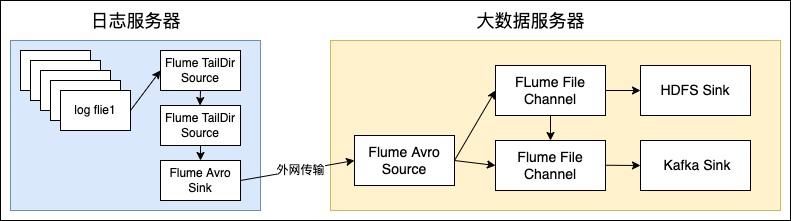
The draw.io diagram ihuman/flume/ETL流程.drawio.png in hanzongqing/big-data, before a commit. Source tidied: cells renumbered, new cells last; positions are measured from the earlier drawing's top-left corner, leaving out a move shared by most shapes.
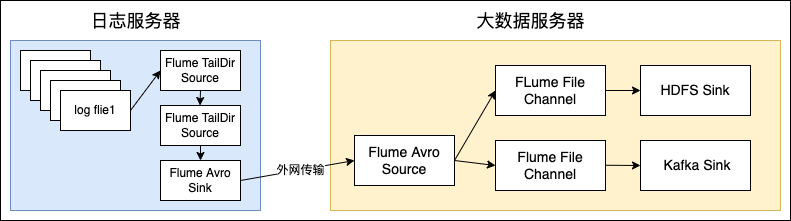
Above is the later version.

What changed in the source:
```diff
@@ -38,9 +38,6 @@
     <mxCell id="13" value="Flume Avro Source" style="rounded=0;whiteSpace=wrap;html=1;fontSize=14;" parent="1" vertex="1">
       <mxGeometry x="354" y="135" width="100" height="50" as="geometry" />
     </mxCell>
-    <mxCell id="14" style="edgeStyle=orthogonalEdgeStyle;rounded=0;jettySize=auto;html=1;" parent="1" edge="1" source="15" target="25">
-      <mxGeometry relative="1" as="geometry" />
-    </mxCell>
     <mxCell id="15" value="FLume File Channel" style="rounded=0;whiteSpace=wrap;html=1;fontSize=14;" parent="1" vertex="1">
       <mxGeometry x="495" y="65" width="110" height="50" as="geometry" />
     </mxCell>
```
